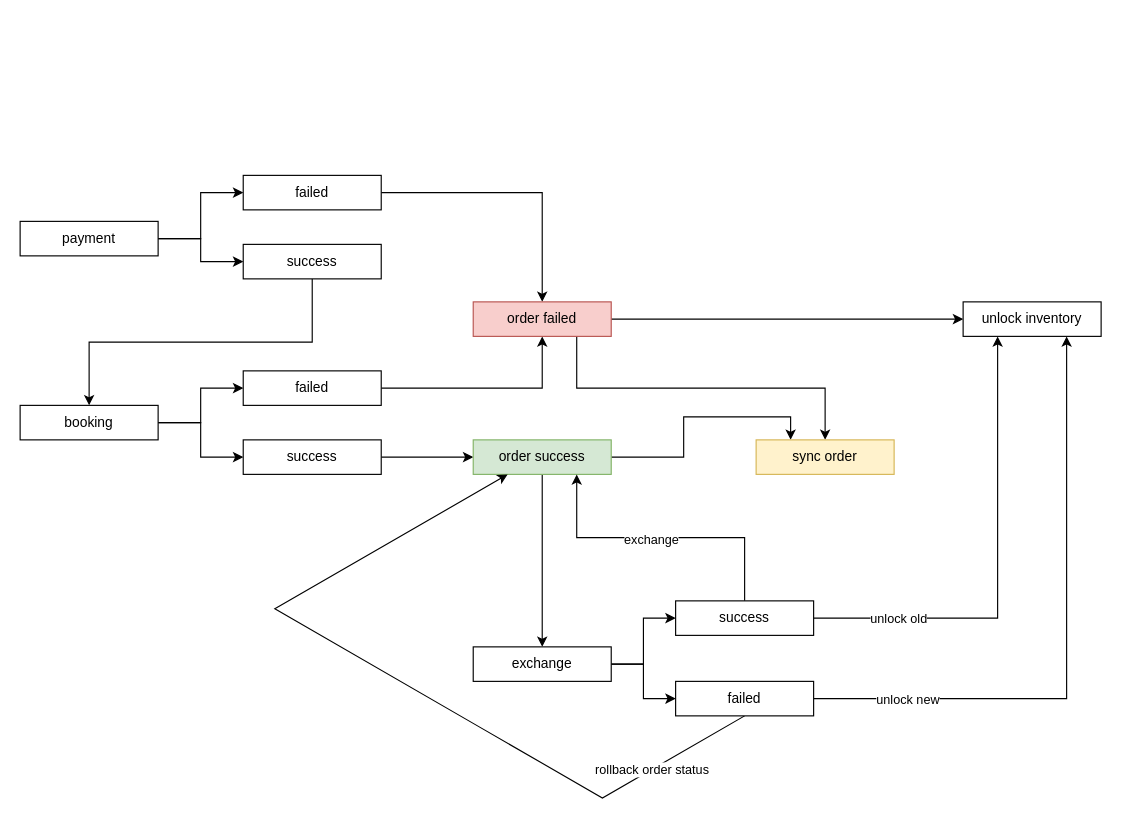
Earlier version of the draw.io diagram disney/Purchase_Limitation_of_DPA.drawio (lixyu/draw). Source tidied: cells renumbered, new cells numbered last; positions are measured from the earlier drawing's top-left corner, leaving out a move shared by most shapes. Both pictures are drawn from the tidied source at 115%, with x=0, y=0 at pixel (20, 175).
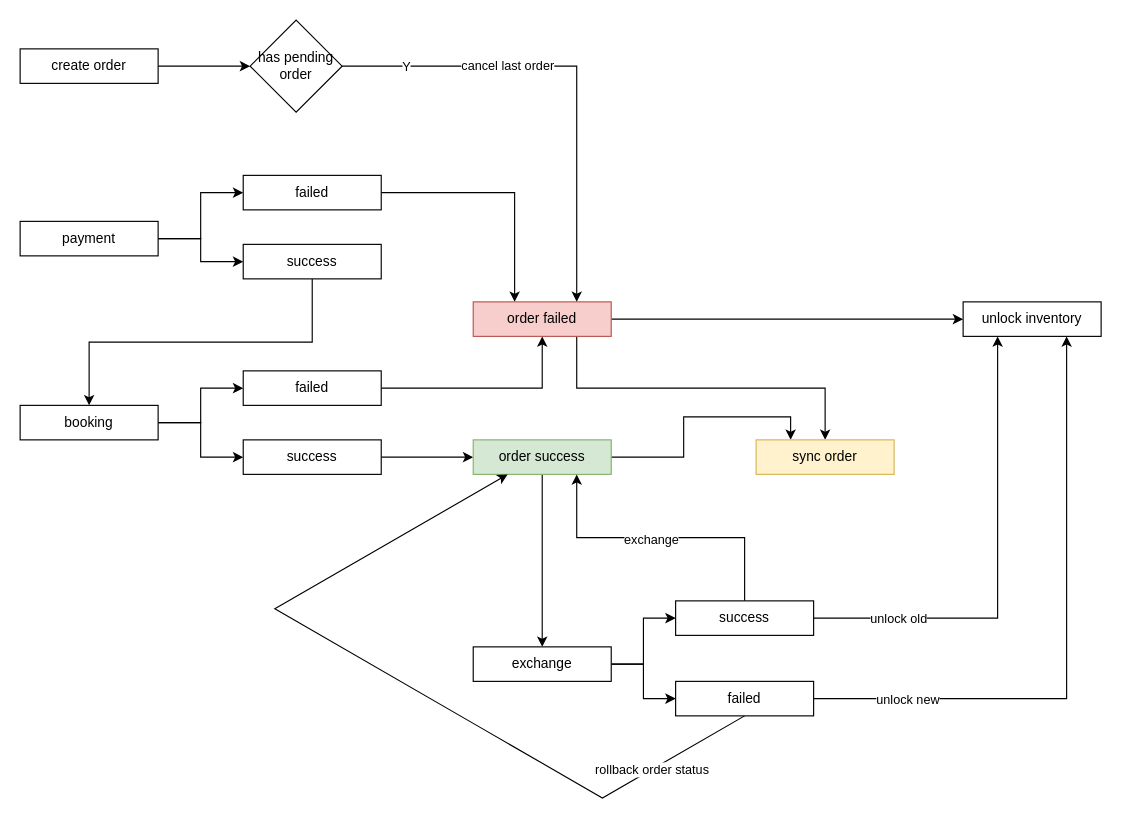
The same diagram, later.

Unchanged cells that the change refers to:
```xml
<mxCell id="11" value="failed" style="rounded=0;whiteSpace=wrap;html=1;" parent="1" vertex="1">
  <mxGeometry x="194" width="120" height="30" as="geometry" />
</mxCell>
<mxCell id="18" value="order failed" style="rounded=0;whiteSpace=wrap;html=1;fillColor=#f8cecc;strokeColor=#b85450;" parent="1" vertex="1">
  <mxGeometry x="394" y="110" width="120" height="30" as="geometry" />
</mxCell>
```

What changed in the source:
```diff
@@
     <mxCell id="10" style="edgeStyle=orthogonalEdgeStyle;rounded=0;jettySize=auto;html=1;" parent="1" edge="1" source="11" target="18">
-      <mxGeometry relative="1" as="geometry" />
+      <mxGeometry relative="1" as="geometry">
+        <Array as="points">
+          <mxPoint x="430" y="15" />
+        </Array>
+      </mxGeometry>
     </mxCell>
@@
+    <mxCell id="37" style="edgeStyle=orthogonalEdgeStyle;rounded=0;jettySize=auto;html=1;" parent="1" edge="1" source="38">
+      <mxGeometry relative="1" as="geometry">
+        <mxPoint x="200" y="-95" as="targetPoint" />
+      </mxGeometry>
+    </mxCell>
+    <mxCell id="38" value="create order" style="rounded=0;whiteSpace=wrap;html=1;" parent="1" vertex="1">
+      <mxGeometry y="-110" width="120" height="30" as="geometry" />
+    </mxCell>
+    <mxCell id="39" style="edgeStyle=orthogonalEdgeStyle;rounded=0;jettySize=auto;html=1;exitX=1;exitY=0.5;exitDx=0;exitDy=0;entryX=0.75;entryY=0;entryDx=0;entryDy=0;" parent="1" edge="1" source="42" target="18">
+      <mxGeometry relative="1" as="geometry" />
+    </mxCell>
+    <mxCell id="40" value="cancel last order" style="edgeLabel;html=1;align=center;verticalAlign=middle;" parent="39" vertex="1">
+      <mxGeometry x="-0.3" y="1" relative="1" as="geometry" />
+    </mxCell>
+    <mxCell id="41" value="Y" style="edgeLabel;html=1;align=center;verticalAlign=middle;" parent="39" vertex="1">
+      <mxGeometry x="-0.73" relative="1" as="geometry" />
+    </mxCell>
+    <mxCell id="42" value="has pending order" style="rhombus;whiteSpace=wrap;html=1;" parent="1" vertex="1">
+      <mxGeometry x="200" y="-135" width="80" height="80" as="geometry" />
+    </mxCell>
```
